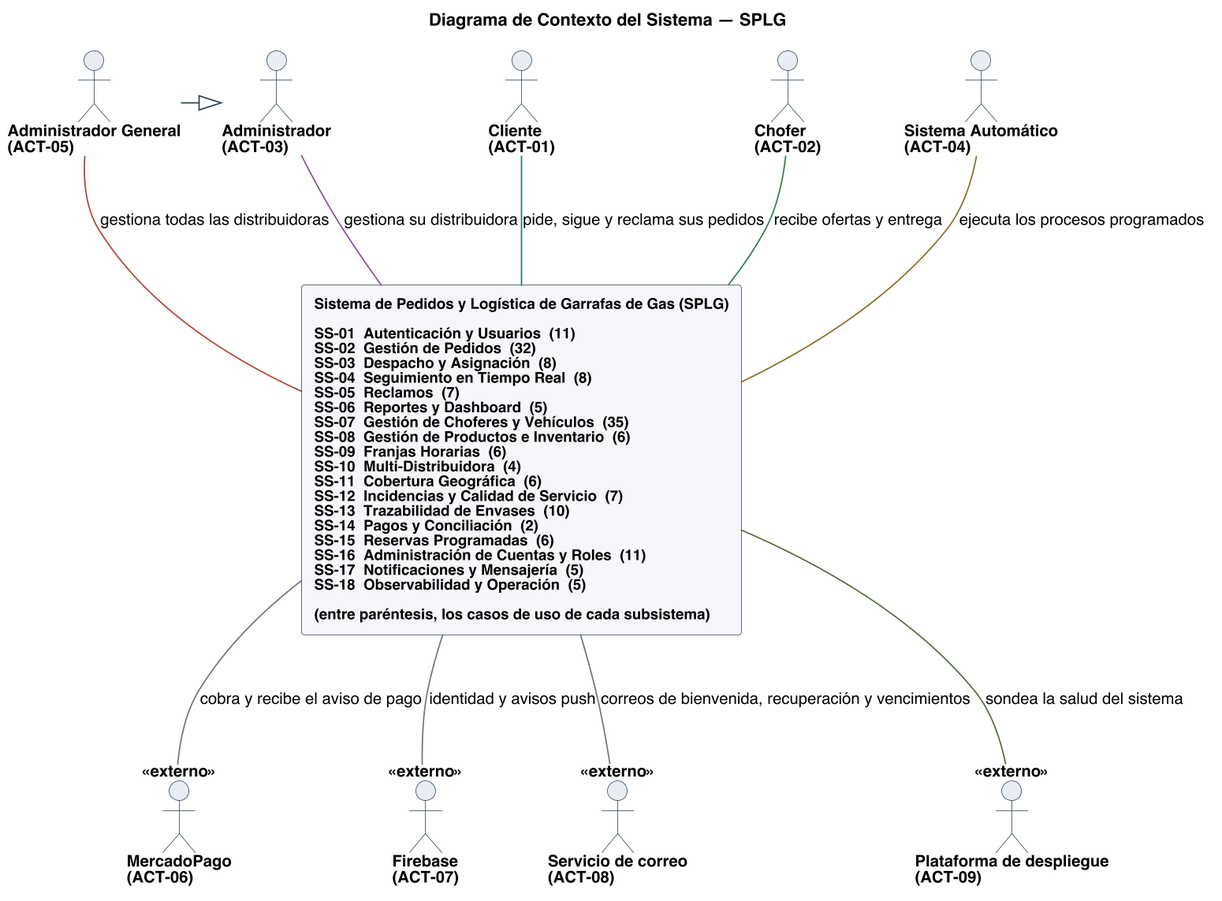
Before: diagramas/uml/CU_Sistema_Diagrama-De-Contexto.png, a diagram exported from PlantUML (Nahuelito-Dev/splg-docs).
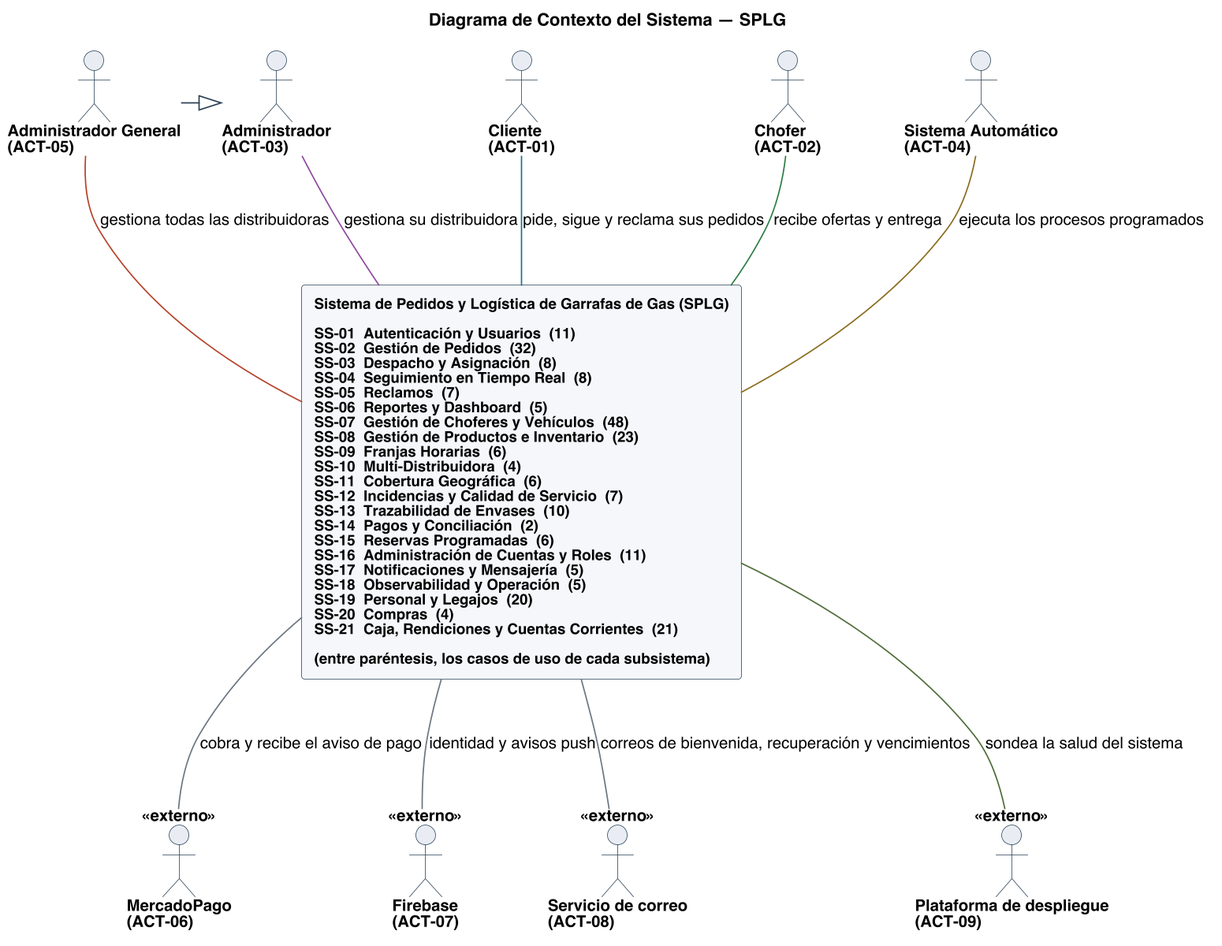
The same diagram one commit later.

The edit, as a diff of the source:
```diff
@@ -41,7 +41,7 @@
 actor "Servicio de correo\n(ACT-08)" as A08 <<externo>>
 actor "Plataforma de despliegue\n(ACT-09)" as A09 <<externo>>
 
-rectangle "**Sistema de Pedidos y Logística de Garrafas de Gas (SPLG)**\n\nSS-01  Autenticación y Usuarios  (11)\nSS-02  Gestión de Pedidos  (32)\nSS-03  Despacho y Asignación  (8)\nSS-04  Seguimiento en Tiempo Real  (8)\nSS-05  Reclamos  (7)\nSS-06  Reportes y Dashboard  (5)\nSS-07  Gestión de Choferes y Vehículos  (35)\nSS-08  Gestión de Productos e Inventario  (6)\nSS-09  Franjas Horarias  (6)\nSS-10  Multi-Distribuidora  (4)\nSS-11  Cobertura Geográfica  (6)\nSS-12  Incidencias y Calidad de Servicio  (7)\nSS-13  Trazabilidad de Envases  (10)\nSS-14  Pagos y Conciliación  (2)\nSS-15  Reservas Programadas  (6)\nSS-16  Administración de Cuentas y Roles  (11)\nSS-17  Notificaciones y Mensajería  (5)\nSS-18  Observabilidad y Operación  (5)\n\n(entre paréntesis, los casos de uso de cada subsistema)" as LIMITE #back:F4F7FA;line:2C4257
+rectangle "**Sistema de Pedidos y Logística de Garrafas de Gas (SPLG)**\n\nSS-01  Autenticación y Usuarios  (11)\nSS-02  Gestión de Pedidos  (32)\nSS-03  Despacho y Asignación  (8)\nSS-04  Seguimiento en Tiempo Real  (8)\nSS-05  Reclamos  (7)\nSS-06  Reportes y Dashboard  (5)\nSS-07  Gestión de Choferes y Vehículos  (48)\nSS-08  Gestión de Productos e Inventario  (23)\nSS-09  Franjas Horarias  (6)\nSS-10  Multi-Distribuidora  (4)\nSS-11  Cobertura Geográfica  (6)\nSS-12  Incidencias y Calidad de Servicio  (7)\nSS-13  Trazabilidad de Envases  (10)\nSS-14  Pagos y Conciliación  (2)\nSS-15  Reservas Programadas  (6)\nSS-16  Administración de Cuentas y Roles  (11)\nSS-17  Notificaciones y Mensajería  (5)\nSS-18  Observabilidad y Operación  (5)\nSS-19  Personal y Legajos  (20)\nSS-20  Compras  (4)\nSS-21  Caja, Rendiciones y Cuentas Corrientes  (21)\n\n(entre paréntesis, los casos de uso de cada subsistema)" as LIMITE #back:F4F7FA;line:2C4257
 
 A01 -[#1F6F8B]down- LIMITE : pide, sigue y reclama sus pedidos
 A02 -[#2E7D46]down- LIMITE : recibe ofertas y entrega
```
